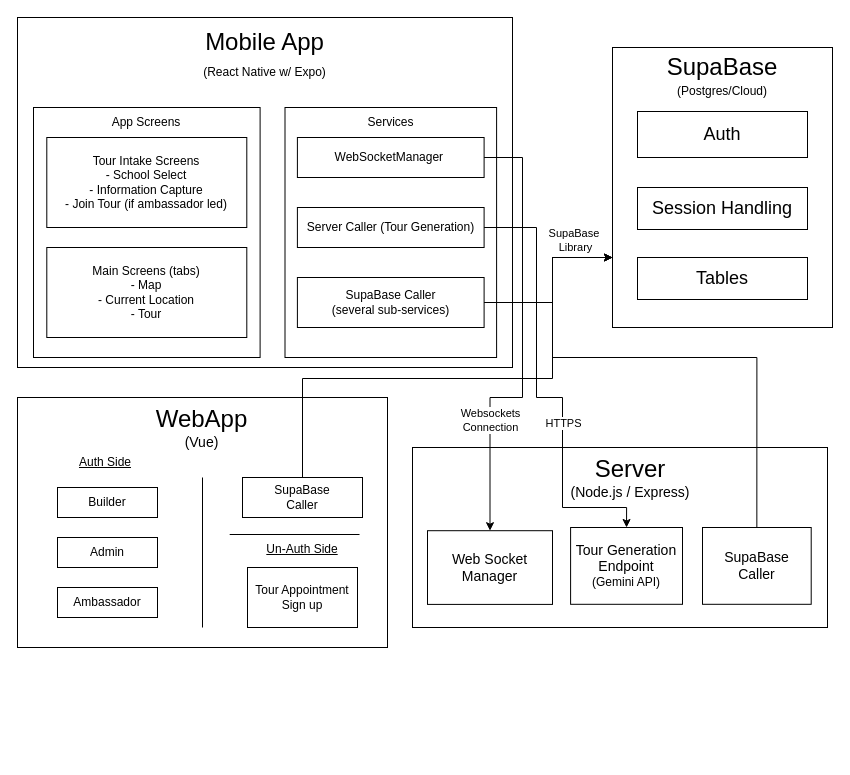
The draw.io diagram docs/component.drawio in studio-node/CampusTour, before the edit. Source tidied: cells renumbered, new cells numbered last; positions are measured from the earlier drawing's top-left corner, leaving out a move shared by most shapes. Both pictures are drawn from the tidied source at 100%, with x=0, y=0 at pixel (17, 17).
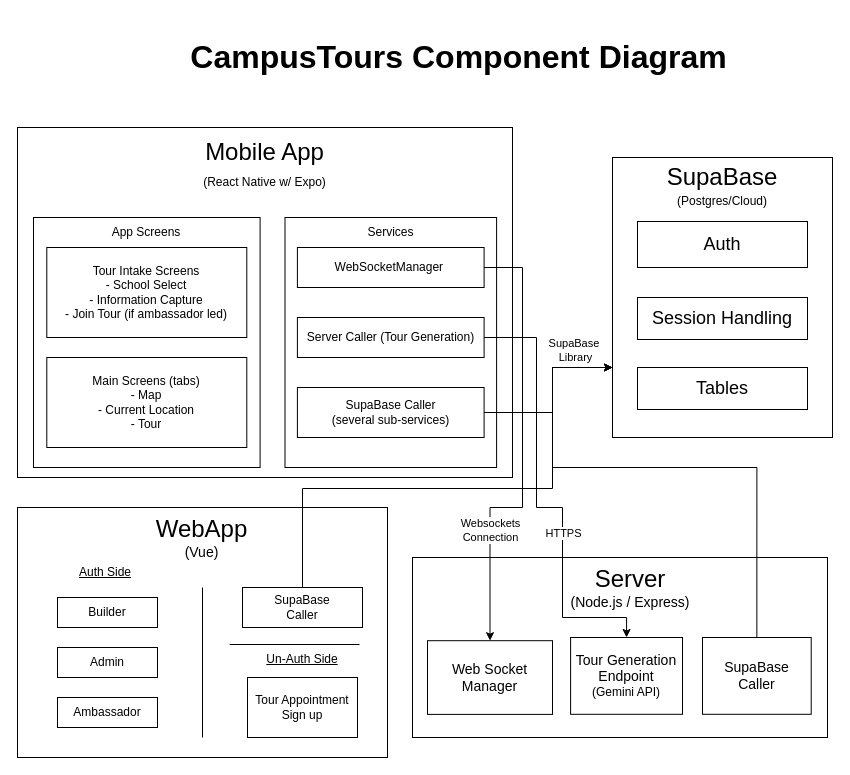
The same page after the edit.

Commit message (it also covers changes not shown here):
.gitignore, formatting, and refreshed diagrams

The change refers to these unchanged cells:
```xml
<mxCell id="15" style="rounded=0;whiteSpace=wrap;html=1;strokeColor=light-dark(#000000,#7F00FF);" parent="14" vertex="1">
  <mxGeometry width="220" height="280" as="geometry" />
</mxCell>
<mxCell id="24" value="&lt;font style=&quot;font-size: 14px;&quot;&gt;Web Socket Manager&lt;/font&gt;" style="rounded=0;whiteSpace=wrap;html=1;strokeColor=light-dark(#000000,#009900);" parent="21" vertex="1">
  <mxGeometry x="15" y="83.2" width="125" height="73.7" as="geometry" />
</mxCell>
<mxCell id="25" value="&lt;font style=&quot;font-size: 14px;&quot;&gt;Tour Generation&lt;/font&gt;&lt;div&gt;&lt;font style=&quot;font-size: 14px;&quot;&gt;Endpoint&lt;/font&gt;&lt;/div&gt;&lt;div&gt;&lt;font style=&quot;font-size: 12px;&quot;&gt;(Gemini API)&lt;/font&gt;&lt;/div&gt;" style="rounded=0;whiteSpace=wrap;html=1;strokeColor=light-dark(#000000,#CC0000);" parent="21" vertex="1">
  <mxGeometry x="158.1" y="80" width="111.9" height="76.8" as="geometry" />
</mxCell>
<mxCell id="26" value="&lt;span style=&quot;font-size: 14px;&quot;&gt;SupaBase&lt;/span&gt;&lt;div&gt;&lt;span style=&quot;font-size: 14px;&quot;&gt;Caller&lt;/span&gt;&lt;/div&gt;" style="rounded=0;whiteSpace=wrap;html=1;strokeColor=light-dark(#000000,#7F00FF);" parent="21" vertex="1">
  <mxGeometry x="290" y="80" width="108.7" height="76.8" as="geometry" />
</mxCell>
<mxCell id="40" value="WebSocketManager&amp;nbsp;" style="rounded=0;whiteSpace=wrap;html=1;strokeColor=light-dark(#000000,#009900);" parent="37" vertex="1">
  <mxGeometry x="12.4" y="30" width="186.7" height="40" as="geometry" />
</mxCell>
<mxCell id="41" value="SupaBase Caller&lt;div&gt;(several sub-services)&lt;/div&gt;" style="rounded=0;whiteSpace=wrap;html=1;strokeColor=light-dark(#000000,#7F00FF);" parent="37" vertex="1">
  <mxGeometry x="12.4" y="170" width="186.7" height="50" as="geometry" />
</mxCell>
<mxCell id="42" value="Server Caller (Tour Generation)" style="rounded=0;whiteSpace=wrap;html=1;strokeColor=light-dark(#000000,#CC0000);" parent="37" vertex="1">
  <mxGeometry x="12.4" y="100" width="186.7" height="40" as="geometry" />
</mxCell>
```

The edit, as a diff of the source:
```diff
@@
     <mxCell id="2" style="group;" parent="1" vertex="1">
-      <mxGeometry y="380" width="370" height="350" as="geometry" />
+      <mxGeometry y="380" width="815" height="360" as="geometry" />
     </mxCell>
     <mxCell id="3" style="rounded=0;whiteSpace=wrap;html=1;" parent="2" vertex="1">
-      <mxGeometry width="370" height="250" as="geometry" />
+      <mxGeometry y="110" width="370" height="250" as="geometry" />
     </mxCell>
     <mxCell id="4" value="&lt;font style=&quot;font-size: 24px;&quot;&gt;WebApp&lt;/font&gt;&lt;div&gt;&lt;font style=&quot;font-size: 14px;&quot;&gt;(Vue)&lt;/font&gt;&lt;/div&gt;" style="text;html=1;align=center;verticalAlign=middle;whiteSpace=wrap;rounded=0;" parent="2" vertex="1">
-      <mxGeometry x="108.4" width="153.3" height="60" as="geometry" />
+      <mxGeometry x="108.4" y="110" width="153.3" height="60" as="geometry" />
     </mxCell>
     <mxCell id="5" style="endArrow=none;html=1;rounded=0;" parent="2" edge="1">
       <mxGeometry relative="1" as="geometry">
-        <mxPoint x="185" y="80" as="sourcePoint" />
-        <mxPoint x="185" y="230" as="targetPoint" />
+        <mxPoint x="185" y="190" as="sourcePoint" />
+        <mxPoint x="185" y="340" as="targetPoint" />
       </mxGeometry>
     </mxCell>
     <mxCell id="6" value="&lt;u&gt;Auth Side&lt;/u&gt;" style="text;html=1;align=center;verticalAlign=middle;whiteSpace=wrap;rounded=0;" parent="2" vertex="1">
-      <mxGeometry x="58" y="50" width="60" height="30" as="geometry" />
+      <mxGeometry x="58" y="160" width="60" height="30" as="geometry" />
     </mxCell>
     <mxCell id="7" value="&lt;u&gt;Un-Auth Side&lt;/u&gt;" style="text;html=1;align=center;verticalAlign=middle;whiteSpace=wrap;rounded=0;" parent="2" vertex="1">
-      <mxGeometry x="240" y="137" width="90" height="30" as="geometry" />
+      <mxGeometry x="240" y="247" width="90" height="30" as="geometry" />
     </mxCell>
     <mxCell id="8" value="Builder" style="rounded=0;whiteSpace=wrap;html=1;" parent="2" vertex="1">
-      <mxGeometry x="40" y="90" width="100" height="30" as="geometry" />
+      <mxGeometry x="40" y="200" width="100" height="30" as="geometry" />
     </mxCell>
     <mxCell id="9" value="Admin" style="rounded=0;whiteSpace=wrap;html=1;" parent="2" vertex="1">
-      <mxGeometry x="40" y="140" width="100" height="30" as="geometry" />
+      <mxGeometry x="40" y="250" width="100" height="30" as="geometry" />
     </mxCell>
     <mxCell id="10" value="Ambassador" style="rounded=0;whiteSpace=wrap;html=1;" parent="2" vertex="1">
-      <mxGeometry x="40" y="190" width="100" height="30" as="geometry" />
+      <mxGeometry x="40" y="300" width="100" height="30" as="geometry" />
     </mxCell>
     <mxCell id="11" value="Tour Appointment Sign up" style="rounded=0;whiteSpace=wrap;html=1;" parent="2" vertex="1">
-      <mxGeometry x="230" y="170" width="110" height="60" as="geometry" />
+      <mxGeometry x="230" y="280" width="110" height="60" as="geometry" />
     </mxCell>
     <mxCell id="12" style="endArrow=none;html=1;rounded=0;entryX=0.932;entryY=0.52;entryDx=0;entryDy=0;entryPerimeter=0;" parent="2" edge="1">
       <mxGeometry relative="1" as="geometry">
-        <mxPoint x="212.2" y="137" as="sourcePoint" />
-        <mxPoint x="342" y="137" as="targetPoint" />
+        <mxPoint x="212.2" y="247" as="sourcePoint" />
+        <mxPoint x="342" y="247" as="targetPoint" />
       </mxGeometry>
     </mxCell>
     <mxCell id="13" value="SupaBase&lt;div&gt;Caller&lt;/div&gt;" style="rounded=0;whiteSpace=wrap;html=1;strokeColor=light-dark(#000000,#7F00FF);" parent="2" vertex="1">
-      <mxGeometry x="225" y="80" width="120" height="40" as="geometry" />
+      <mxGeometry x="225" y="190" width="120" height="40" as="geometry" />
     </mxCell>
-    <mxCell id="14" style="group;" parent="1" vertex="1">
-      <mxGeometry x="595" y="30" width="220" height="280" as="geometry" />
+    <mxCell id="14" style="group;" parent="2" vertex="1">
+      <mxGeometry x="595" y="-240" width="220" height="280" as="geometry" />
     </mxCell>
@@
-    <mxCell id="21" style="group;" parent="1" vertex="1">
-      <mxGeometry x="395" y="430" width="415" height="180" as="geometry" />
+    <mxCell id="21" style="group;" parent="2" vertex="1">
+      <mxGeometry x="395" y="160" width="415" height="180" as="geometry" />
     </mxCell>
@@
-    <mxCell id="27" style="group;" parent="1" vertex="1">
-      <mxGeometry width="495" height="350" as="geometry" />
+    <mxCell id="27" style="group;" parent="2" vertex="1">
+      <mxGeometry y="-270" width="495" height="350" as="geometry" />
     </mxCell>
@@
-    <mxCell id="44" style="edgeStyle=orthogonalEdgeStyle;rounded=0;jettySize=auto;html=1;exitX=1;exitY=0.5;exitDx=0;exitDy=0;entryX=0;entryY=0.75;entryDx=0;entryDy=0;strokeColor=light-dark(#000000,#7F00FF);" parent="1" edge="1" source="41" target="15">
+    <mxCell id="44" style="edgeStyle=orthogonalEdgeStyle;rounded=0;jettySize=auto;html=1;exitX=1;exitY=0.5;exitDx=0;exitDy=0;entryX=0;entryY=0.75;entryDx=0;entryDy=0;strokeColor=light-dark(#000000,#7F00FF);" parent="2" edge="1" source="41" target="15">
       <mxGeometry relative="1" as="geometry">
         <Array as="points">
-          <mxPoint x="535" y="285" />
-          <mxPoint x="535" y="240" />
+          <mxPoint x="535" y="15" />
+          <mxPoint x="535" y="-30" />
         </Array>
       </mxGeometry>
     </mxCell>
@@
-    <mxCell id="46" style="edgeStyle=orthogonalEdgeStyle;rounded=0;jettySize=auto;html=1;exitX=0.5;exitY=0;exitDx=0;exitDy=0;strokeColor=light-dark(#000000,#7F00FF);" parent="1" edge="1" source="13">
+    <mxCell id="46" style="edgeStyle=orthogonalEdgeStyle;rounded=0;jettySize=auto;html=1;exitX=0.5;exitY=0;exitDx=0;exitDy=0;strokeColor=light-dark(#000000,#7F00FF);" parent="2" edge="1" source="13">
       <mxGeometry relative="1" as="geometry">
-        <mxPoint x="595" y="240" as="targetPoint" />
+        <mxPoint x="595" y="-30" as="targetPoint" />
         <Array as="points">
-          <mxPoint x="285" y="361" />
-          <mxPoint x="535" y="361" />
-          <mxPoint x="535" y="240" />
+          <mxPoint x="285" y="91" />
+          <mxPoint x="535" y="91" />
+          <mxPoint x="535" y="-30" />
         </Array>
       </mxGeometry>
     </mxCell>
-    <mxCell id="47" style="edgeStyle=orthogonalEdgeStyle;rounded=0;jettySize=auto;html=1;exitX=0.5;exitY=0;exitDx=0;exitDy=0;strokeColor=light-dark(#000000,#7F00FF);entryX=0;entryY=0.75;entryDx=0;entryDy=0;" parent="1" edge="1" source="26" target="15">
+    <mxCell id="47" style="edgeStyle=orthogonalEdgeStyle;rounded=0;jettySize=auto;html=1;exitX=0.5;exitY=0;exitDx=0;exitDy=0;strokeColor=light-dark(#000000,#7F00FF);entryX=0;entryY=0.75;entryDx=0;entryDy=0;" parent="2" edge="1" source="26" target="15">
       <mxGeometry relative="1" as="geometry">
         <Array as="points">
-          <mxPoint x="739" y="340" />
-          <mxPoint x="535" y="340" />
-          <mxPoint x="535" y="240" />
+          <mxPoint x="739" y="70" />
+          <mxPoint x="535" y="70" />
+          <mxPoint x="535" y="-30" />
         </Array>
       </mxGeometry>
     </mxCell>
-    <mxCell id="48" style="edgeStyle=orthogonalEdgeStyle;rounded=0;jettySize=auto;html=1;exitX=1;exitY=0.5;exitDx=0;exitDy=0;entryX=0.5;entryY=0;entryDx=0;entryDy=0;strokeColor=light-dark(#000000,#CC0000);" parent="1" edge="1" source="42" target="25">
+    <mxCell id="48" style="edgeStyle=orthogonalEdgeStyle;rounded=0;jettySize=auto;html=1;exitX=1;exitY=0.5;exitDx=0;exitDy=0;entryX=0.5;entryY=0;entryDx=0;entryDy=0;strokeColor=light-dark(#000000,#CC0000);" parent="2" edge="1" source="42" target="25">
       <mxGeometry relative="1" as="geometry">
         <Array as="points">
-          <mxPoint x="519" y="210" />
-          <mxPoint x="519" y="380" />
-          <mxPoint x="545" y="380" />
-          <mxPoint x="545" y="490" />
-          <mxPoint x="609" y="490" />
+          <mxPoint x="519" y="-60" />
+          <mxPoint x="519" y="110" />
+          <mxPoint x="545" y="110" />
+          <mxPoint x="545" y="220" />
+          <mxPoint x="609" y="220" />
         </Array>
       </mxGeometry>
     </mxCell>
@@
-    <mxCell id="50" style="edgeStyle=orthogonalEdgeStyle;rounded=0;jettySize=auto;html=1;exitX=1;exitY=0.5;exitDx=0;exitDy=0;entryX=0.5;entryY=0;entryDx=0;entryDy=0;strokeColor=light-dark(#000000,#009900);" parent="1" edge="1" source="40" target="24">
+    <mxCell id="50" style="edgeStyle=orthogonalEdgeStyle;rounded=0;jettySize=auto;html=1;exitX=1;exitY=0.5;exitDx=0;exitDy=0;entryX=0.5;entryY=0;entryDx=0;entryDy=0;strokeColor=light-dark(#000000,#009900);" parent="2" edge="1" source="40" target="24">
       <mxGeometry relative="1" as="geometry">
         <Array as="points">
-          <mxPoint x="505" y="140" />
-          <mxPoint x="505" y="380" />
-          <mxPoint x="472" y="380" />
+          <mxPoint x="505" y="-130" />
+          <mxPoint x="505" y="110" />
+          <mxPoint x="472" y="110" />
         </Array>
       </mxGeometry>
     </mxCell>
@@
+    <mxCell id="52" value="CampusTours Component Diagram" style="text;strokeColor=none;fillColor=none;html=1;fontSize=32;fontStyle=1;verticalAlign=middle;align=center;" parent="1" vertex="1">
+      <mxGeometry x="155" y="10" width="572.5" height="60" as="geometry" />
+    </mxCell>
```
